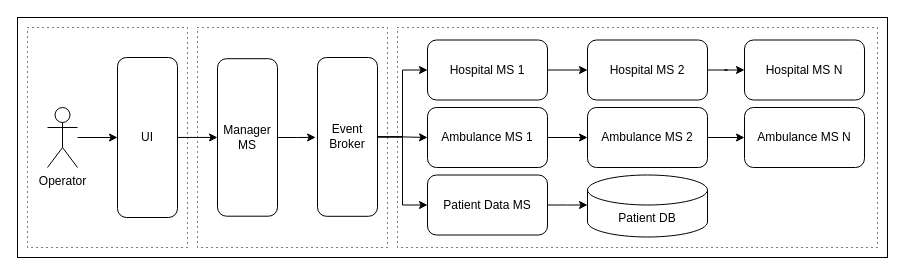
ervette/systemathic-design keeps this draw.io diagram as EDMA.drawio. Above is the earlier version. Source tidied: cells renumbered, new cells numbered last; positions are measured from the earlier drawing's top-left corner, leaving out a move shared by most shapes. Both pictures are drawn from the tidied source at 100%, with x=0, y=0 at pixel (17, 17).
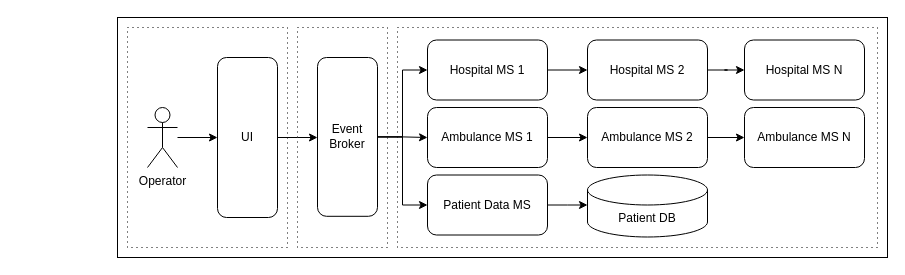
The same diagram, later.

The change refers to these unchanged cells:
```xml
<mxCell id="14" value="Event Broker" style="rounded=1;whiteSpace=wrap;html=1;" parent="1" vertex="1">
  <mxGeometry x="300" y="40" width="60" height="158.8" as="geometry" />
</mxCell>
```

Diff of the diagram source:
```diff
@@
     <mxCell id="2" style="rounded=0;whiteSpace=wrap;html=1;" parent="1" vertex="1">
-      <mxGeometry width="870" height="240" as="geometry" />
+      <mxGeometry x="100" width="770" height="240" as="geometry" />
     </mxCell>
     <mxCell id="3" style="rounded=0;whiteSpace=wrap;html=1;dashed=1;dashPattern=1 4;" parent="1" vertex="1">
-      <mxGeometry x="10" y="10" width="160" height="220" as="geometry" />
+      <mxGeometry x="110" y="10" width="160" height="220" as="geometry" />
     </mxCell>
     <mxCell id="4" style="rounded=0;whiteSpace=wrap;html=1;dashed=1;dashPattern=1 4;" parent="1" vertex="1">
-      <mxGeometry x="180" y="10" width="190" height="220" as="geometry" />
+      <mxGeometry x="280" y="10" width="90" height="220" as="geometry" />
     </mxCell>
@@
     <mxCell id="7" value="Operator" style="shape=umlActor;verticalLabelPosition=bottom;verticalAlign=top;html=1;outlineConnect=0;" parent="1" vertex="1">
-      <mxGeometry x="30" y="90" width="30" height="60" as="geometry" />
+      <mxGeometry x="130" y="90" width="30" height="60" as="geometry" />
     </mxCell>
-    <mxCell id="8" style="edgeStyle=orthogonalEdgeStyle;rounded=0;jettySize=auto;html=1;entryX=0;entryY=0.5;entryDx=0;entryDy=0;" parent="1" edge="1" source="9" target="10">
-      <mxGeometry relative="1" as="geometry" />
+    <mxCell id="8" style="edgeStyle=orthogonalEdgeStyle;rounded=0;jettySize=auto;html=1;entryX=0;entryY=0.5;entryDx=0;entryDy=0;" parent="1" edge="1" source="9">
+      <mxGeometry relative="1" as="geometry">
+        <mxPoint x="300" y="120" as="targetPoint" />
+      </mxGeometry>
     </mxCell>
     <mxCell id="9" value="UI" style="rounded=1;whiteSpace=wrap;html=1;" parent="1" vertex="1">
-      <mxGeometry x="100" y="40" width="60" height="160" as="geometry" />
+      <mxGeometry x="200" y="40" width="60" height="160" as="geometry" />
     </mxCell>
-    <mxCell id="10" value="Manager MS" style="rounded=1;whiteSpace=wrap;html=1;" parent="1" vertex="1">
-      <mxGeometry x="200" y="41.2" width="60" height="157.5" as="geometry" />
-    </mxCell>
@@
-    <mxCell id="27" style="edgeStyle=orthogonalEdgeStyle;rounded=0;jettySize=auto;html=1;entryX=-0.031;entryY=0.503;entryDx=0;entryDy=0;entryPerimeter=0;" parent="1" edge="1" source="10" target="14">
-      <mxGeometry relative="1" as="geometry" />
-    </mxCell>
```
